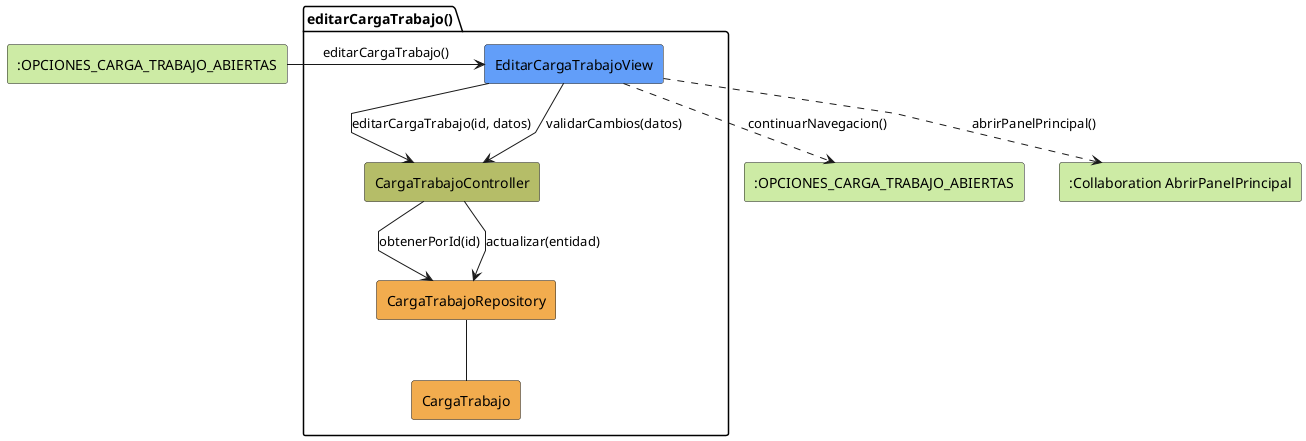
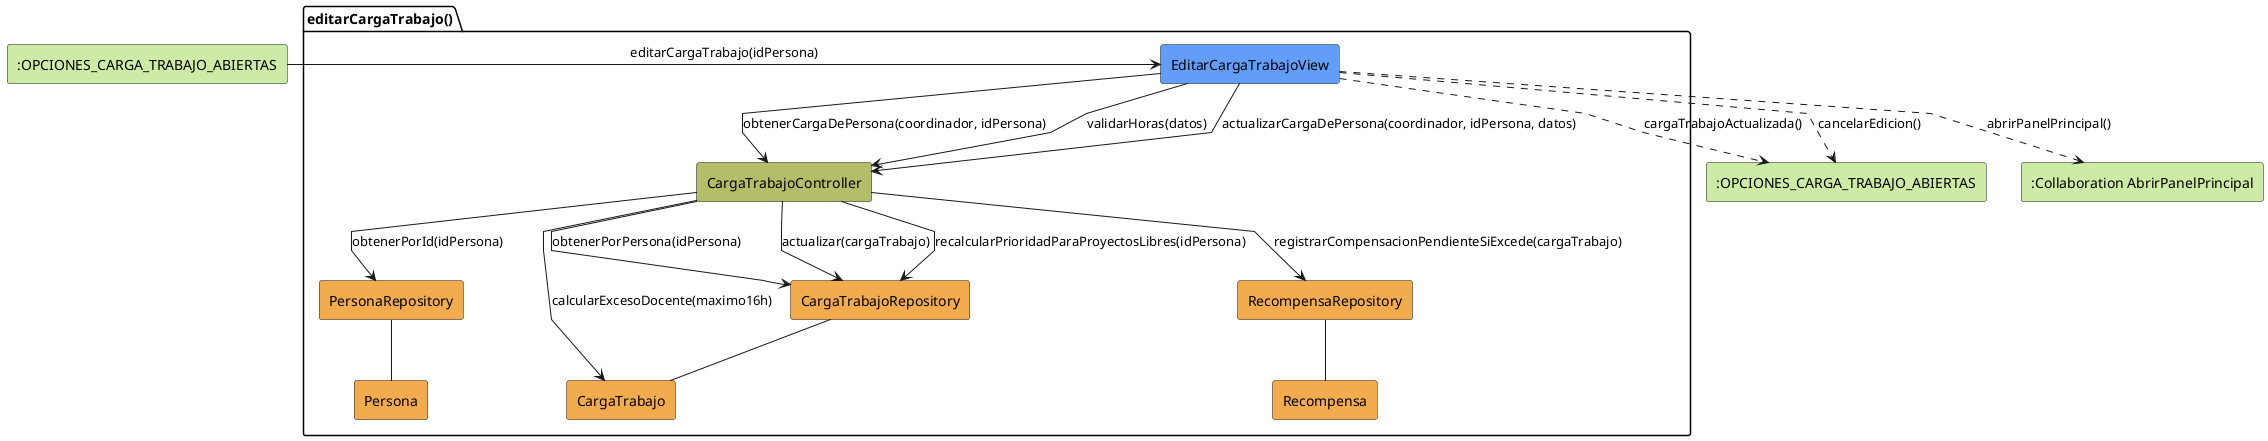
@startuml editarCargaTrabajo-analisis
skinparam linetype polyline

rectangle #CDEBA5 ":OPCIONES_CARGA_TRABAJO_ABIERTAS" as EstadoEntrada
package editarCargaTrabajo as "editarCargaTrabajo()" {
    rectangle #629EF9 EditarCargaTrabajoView
    rectangle #b5bd68 CargaTrabajoController
    rectangle #F2AC4E CargaTrabajoRepository
+     rectangle #F2AC4E PersonaRepository
+     rectangle #F2AC4E RecompensaRepository
    rectangle #F2AC4E CargaTrabajo
+     rectangle #F2AC4E Persona
+     rectangle #F2AC4E Recompensa
}

rectangle #CDEBA5 ":OPCIONES_CARGA_TRABAJO_ABIERTAS" as EstadoSalida
rectangle #CDEBA5 ":Collaboration AbrirPanelPrincipal" as AbrirPanelPrincipal

- EstadoEntrada -r-> EditarCargaTrabajoView: editarCargaTrabajo()
+ EstadoEntrada -r-> EditarCargaTrabajoView: editarCargaTrabajo(idPersona)

- EditarCargaTrabajoView -d-> CargaTrabajoController: editarCargaTrabajo(id, datos)
- EditarCargaTrabajoView --> CargaTrabajoController: validarCambios(datos)
- CargaTrabajoController --> CargaTrabajoRepository: obtenerPorId(id)
- CargaTrabajoController --> CargaTrabajoRepository: actualizar(entidad)
+ EditarCargaTrabajoView -d-> CargaTrabajoController: obtenerCargaDePersona(coordinador, idPersona)
+ EditarCargaTrabajoView --> CargaTrabajoController: validarHoras(datos)
+ EditarCargaTrabajoView --> CargaTrabajoController: actualizarCargaDePersona(coordinador, idPersona, datos)
+ CargaTrabajoController --> PersonaRepository: obtenerPorId(idPersona)
+ CargaTrabajoController --> CargaTrabajoRepository: obtenerPorPersona(idPersona)
+ CargaTrabajoController --> CargaTrabajo: calcularExcesoDocente(maximo16h)
+ CargaTrabajoController --> CargaTrabajoRepository: actualizar(cargaTrabajo)
+ CargaTrabajoController --> CargaTrabajoRepository: recalcularPrioridadParaProyectosLibres(idPersona)
+ CargaTrabajoController --> RecompensaRepository: registrarCompensacionPendienteSiExcede(cargaTrabajo)
+ PersonaRepository -- Persona
CargaTrabajoRepository -- CargaTrabajo
- EditarCargaTrabajoView ..> EstadoSalida: continuarNavegacion()
+ RecompensaRepository -- Recompensa
+ EditarCargaTrabajoView ..> EstadoSalida: cargaTrabajoActualizada()
+ EditarCargaTrabajoView ..> EstadoSalida: cancelarEdicion()
EditarCargaTrabajoView ..> AbrirPanelPrincipal: abrirPanelPrincipal()

@enduml
